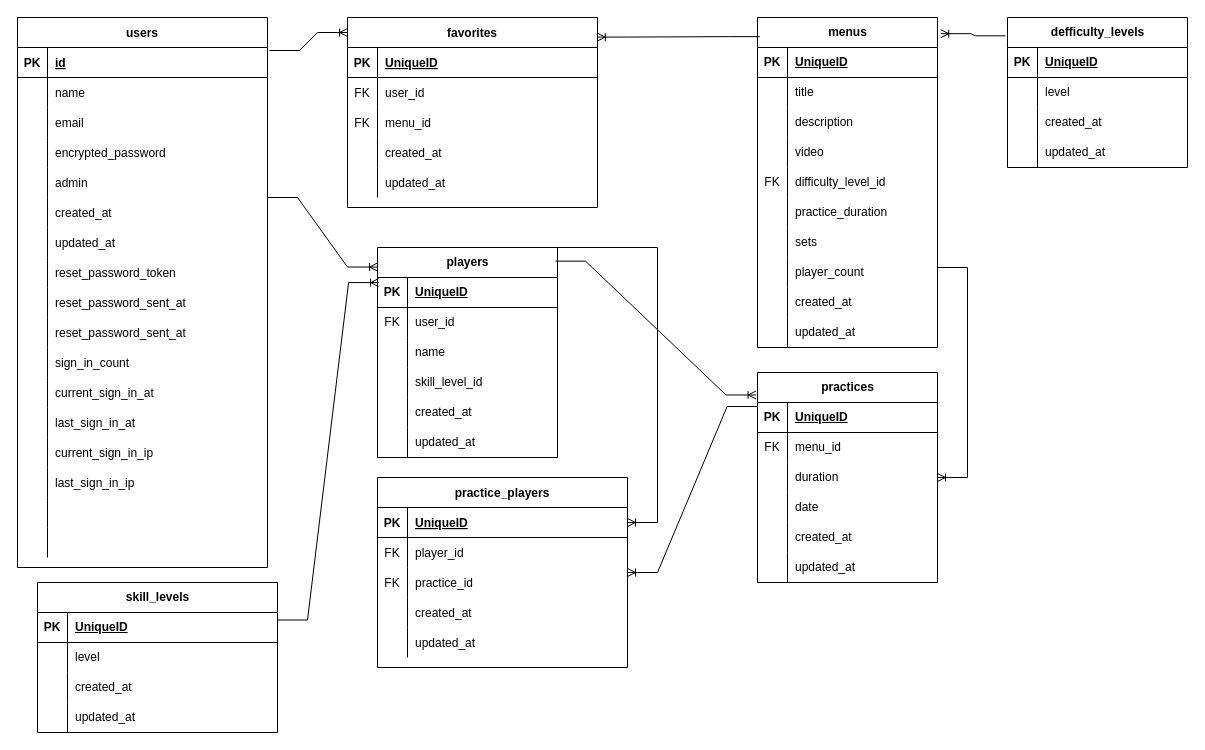
Before: 卒業課題.drawio in yu-tas/achieve, a draw.io diagram. Source tidied: cells renumbered, new cells numbered last; positions are measured from the earlier drawing's top-left corner, leaving out a move shared by most shapes. Both pictures are drawn from the tidied source at 100%, with x=0, y=0 at pixel (17, 17).
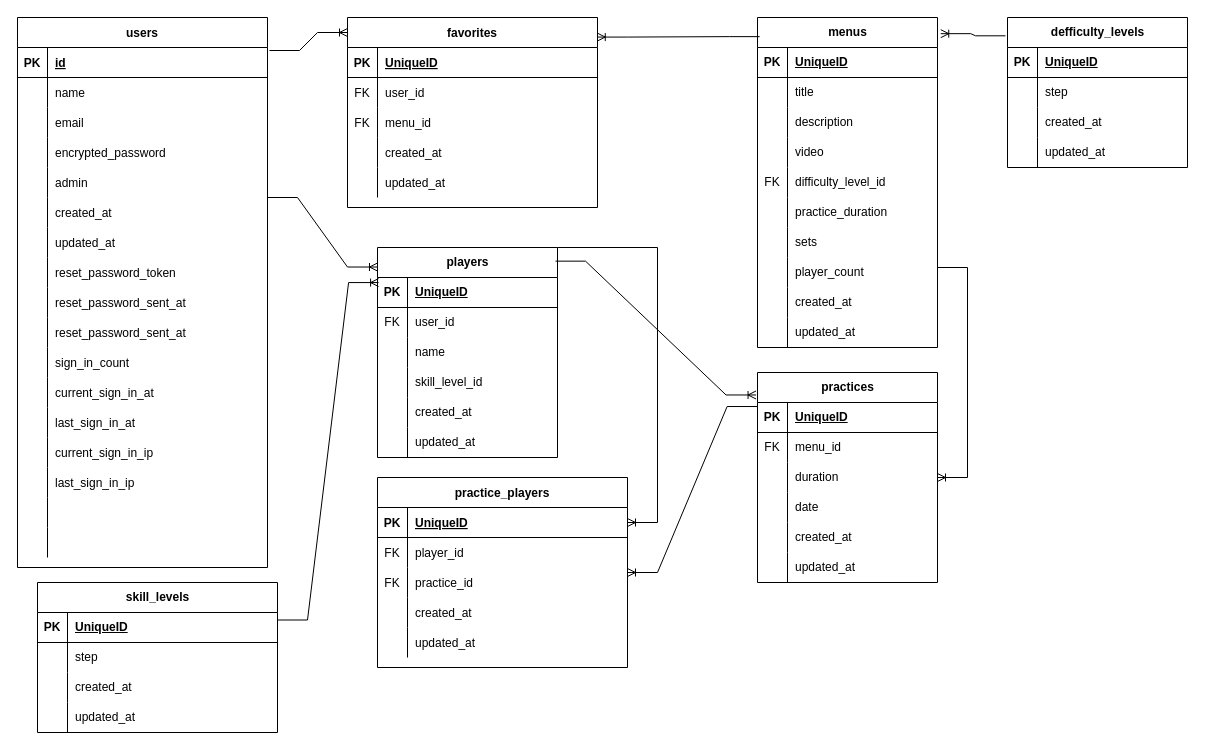
The same page after the edit.

Commit message:
卒業課題.drawio を更新します

Unchanged cells that the change refers to:
```xml
<mxCell id="121" style="shape=tableRow;horizontal=0;startSize=0;swimlaneHead=0;swimlaneBody=0;fillColor=none;top=0;left=0;right=0;bottom=0;" parent="117" vertex="1">
  <mxGeometry y="60" width="180" height="30" as="geometry" />
</mxCell>
<mxCell id="177" style="shape=tableRow;horizontal=0;startSize=0;swimlaneHead=0;swimlaneBody=0;fillColor=none;top=0;left=0;right=0;bottom=0;" parent="173" vertex="1">
  <mxGeometry y="60" width="240" height="30" as="geometry" />
</mxCell>
```

Change to the diagram source:
```diff
@@
-    <mxCell id="123" value="level" style="shape=partialRectangle;fillColor=none;top=0;left=0;bottom=0;right=0;align=left;spacingLeft=6;overflow=hidden;whiteSpace=wrap;html=1;" parent="121" vertex="1">
+    <mxCell id="123" value="step" style="shape=partialRectangle;fillColor=none;top=0;left=0;bottom=0;right=0;align=left;spacingLeft=6;overflow=hidden;whiteSpace=wrap;html=1;" parent="121" vertex="1">
       <mxGeometry x="30" width="150" height="30" as="geometry" />
     </mxCell>
@@
-    <mxCell id="179" value="level" style="shape=partialRectangle;fillColor=none;top=0;left=0;bottom=0;right=0;align=left;spacingLeft=6;overflow=hidden;whiteSpace=wrap;html=1;" parent="177" vertex="1">
+    <mxCell id="179" value="step" style="shape=partialRectangle;fillColor=none;top=0;left=0;bottom=0;right=0;align=left;spacingLeft=6;overflow=hidden;whiteSpace=wrap;html=1;" parent="177" vertex="1">
       <mxGeometry x="30" width="210" height="30" as="geometry" />
     </mxCell>
```
